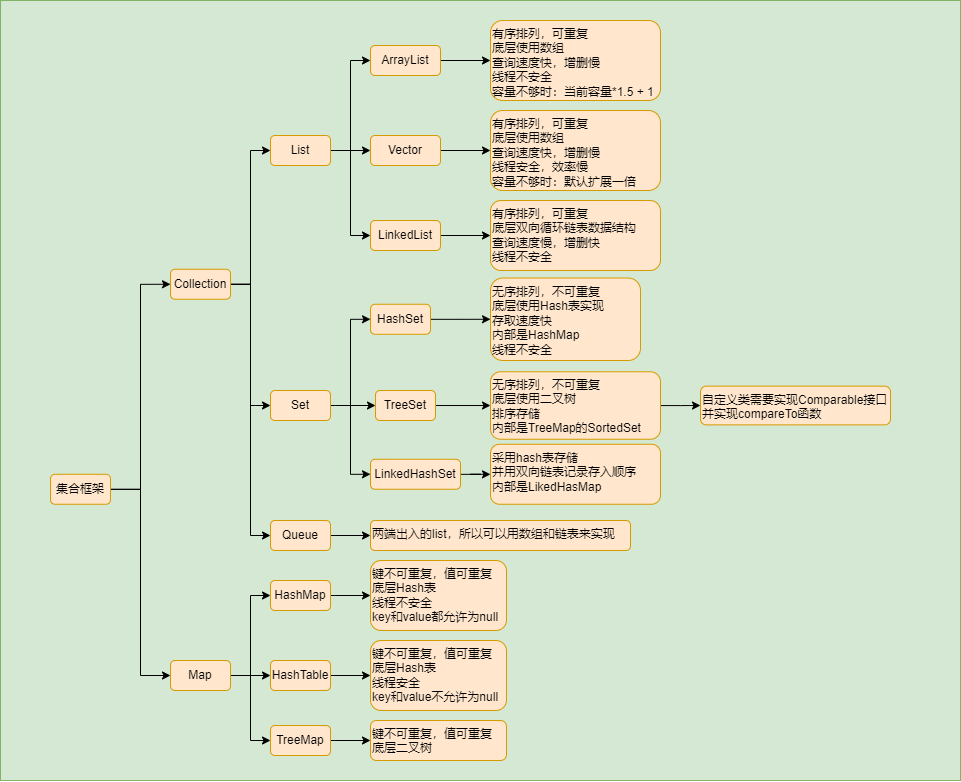
This is java/Java集合.png from lore-study/java-picture-bed, a draw.io export, as it was before one commit. Source tidied: cells renumbered, new cells last; positions are measured from the earlier drawing's top-left corner, leaving out a move shared by most shapes.
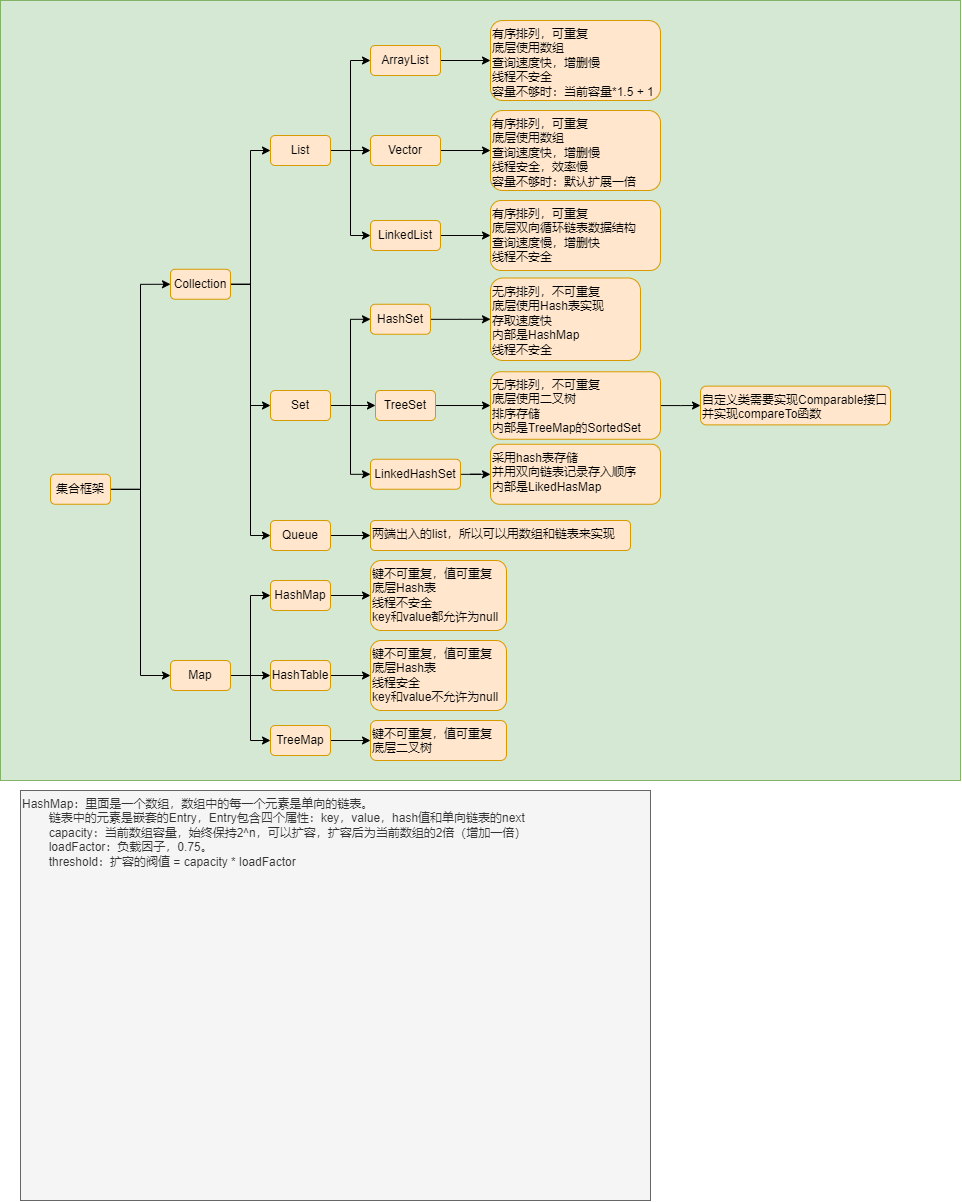
Later version of the same file.

Change to the diagram source:
```diff
@@ -158,5 +158,8 @@
     <mxCell id="53" value="自定义类需要实现Comparable接口&lt;br&gt;并实现compareTo函数" style="rounded=1;whiteSpace=wrap;html=1;fillColor=#ffe6cc;strokeColor=#d79b00;align=left;verticalAlign=top;" parent="1" vertex="1">
       <mxGeometry x="700" y="385.6" width="190" height="38.8" as="geometry" />
     </mxCell>
+    <mxCell id="54" value="HashMap：里面是一个数组，数组中的每一个元素是单向的链表。&lt;br&gt;&lt;span style=&quot;white-space: pre&quot;&gt;&#9;&lt;/span&gt;链表中的元素是嵌套的Entry，Entry包含四个属性：key，value，hash值和单向链表的next&lt;br&gt;&lt;span style=&quot;white-space: pre&quot;&gt;&#9;&lt;/span&gt;capacity：当前数组容量，始终保持2^n，可以扩容，扩容后为当前数组的2倍（增加一倍）&lt;br&gt;&lt;span style=&quot;white-space: pre&quot;&gt;&#9;&lt;/span&gt;loadFactor：负载因子，0.75。&lt;br&gt;&lt;span style=&quot;white-space: pre&quot;&gt;&#9;&lt;/span&gt;threshold：扩容的阀值 = capacity * loadFactor" style="rounded=0;whiteSpace=wrap;html=1;fillColor=#f5f5f5;fontColor=#333333;strokeColor=#666666;align=left;verticalAlign=top;" parent="1" vertex="1">
+      <mxGeometry x="20" y="790" width="630" height="410" as="geometry" />
+    </mxCell>
   </root>
 </mxGraphModel>
```
